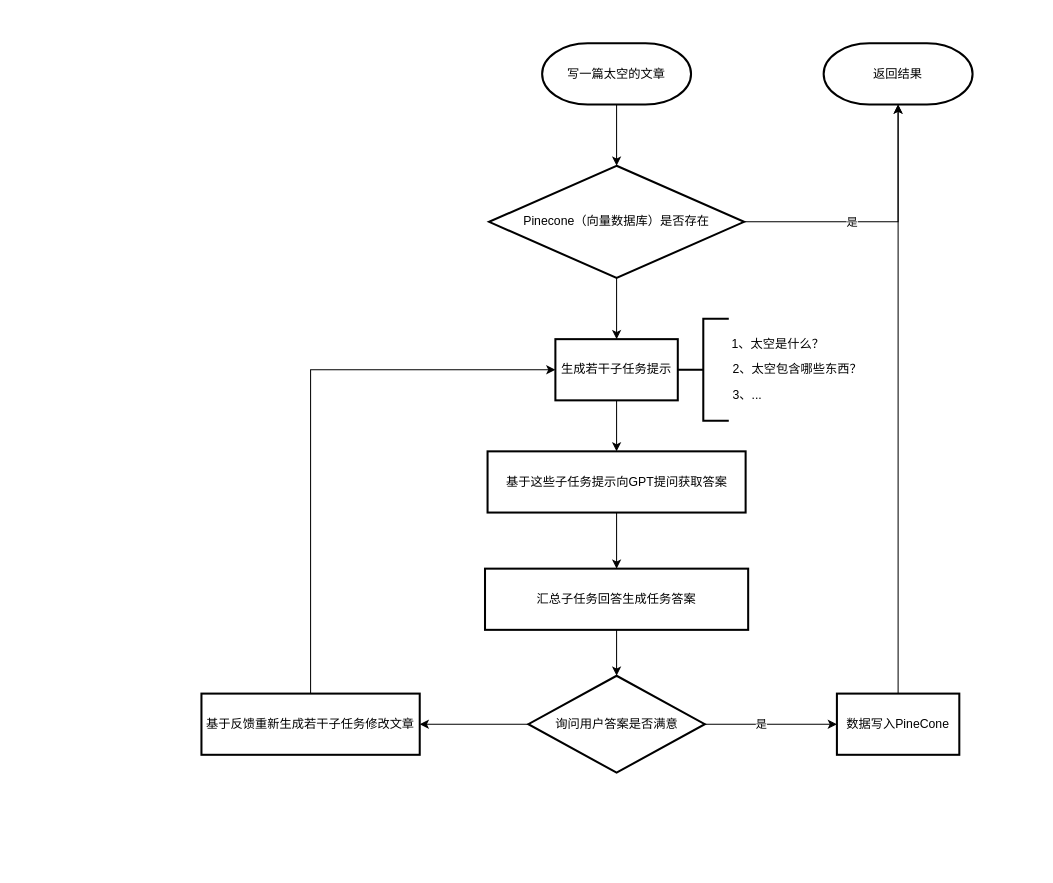
This is aigc/autogpt/AutoGPT.drawio from flowers-bloom/drawio, a draw.io file, before an edit. Source tidied: cells renumbered, new cells numbered last; positions are measured from the earlier drawing's top-left corner, leaving out a move shared by most shapes. Both pictures are drawn from the tidied source at 102%, with x=0, y=0 at pixel (201, 43).
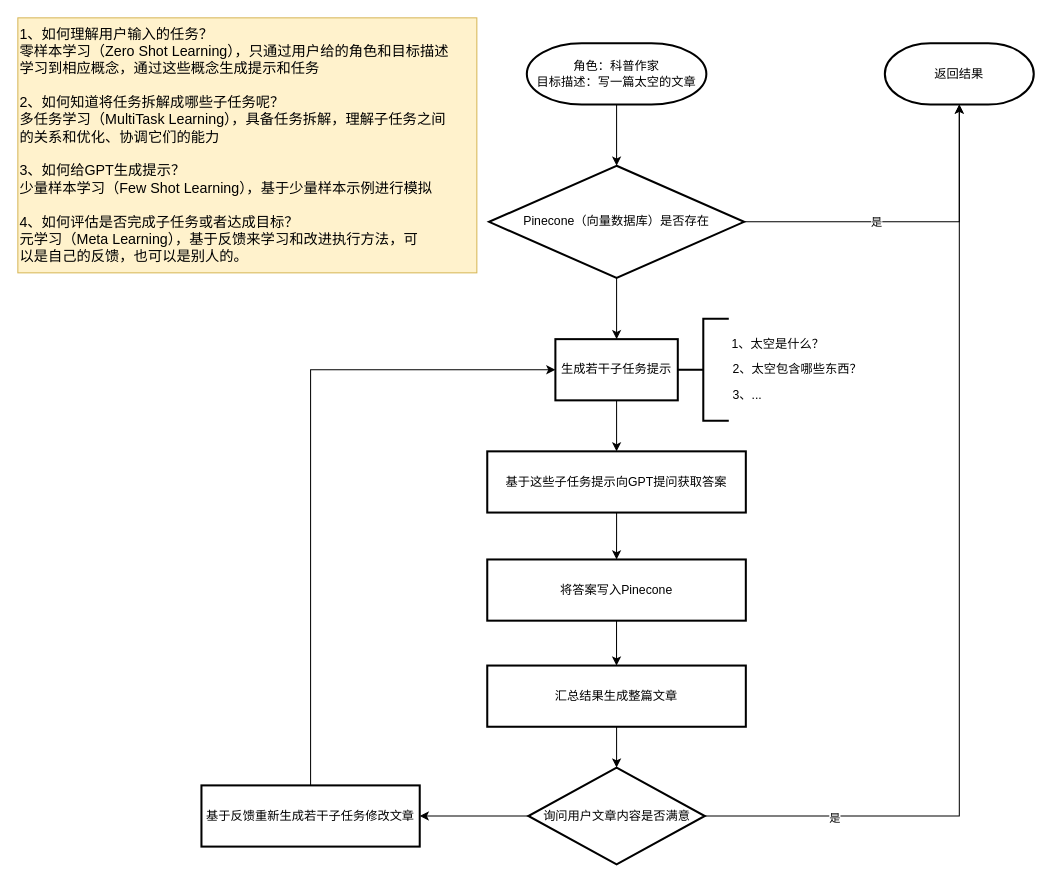
Above is the later version.

Change to the diagram source:
```diff
@@
-    <mxCell id="3" value="写一篇太空的文章" style="strokeWidth=2;html=1;shape=mxgraph.flowchart.terminator;whiteSpace=wrap;" parent="1" vertex="1">
-      <mxGeometry x="334" width="146" height="60" as="geometry" />
+    <mxCell id="3" value="角色：科普作家&lt;br&gt;目标描述：写一篇太空的文章" style="strokeWidth=2;html=1;shape=mxgraph.flowchart.terminator;whiteSpace=wrap;" parent="1" vertex="1">
+      <mxGeometry x="319" width="176" height="60" as="geometry" />
     </mxCell>
@@
     <mxCell id="8" value="返回结果" style="strokeWidth=2;html=1;shape=mxgraph.flowchart.terminator;whiteSpace=wrap;" parent="1" vertex="1">
-      <mxGeometry x="610" width="146" height="60" as="geometry" />
+      <mxGeometry x="670" width="146" height="60" as="geometry" />
     </mxCell>
@@
-    <mxCell id="15" style="edgeStyle=orthogonalEdgeStyle;rounded=0;jettySize=auto;html=1;" parent="1" edge="1" source="16" target="18">
-      <mxGeometry relative="1" as="geometry" />
-    </mxCell>
+    <mxCell id="27" style="edgeStyle=orthogonalEdgeStyle;rounded=0;jettySize=auto;html=1;entryX=0.5;entryY=0;entryDx=0;entryDy=0;" parent="1" edge="1" source="16" target="30">
+      <mxGeometry relative="1" as="geometry" />
+    </mxCell>
     <mxCell id="16" value="基于这些子任务提示向GPT提问获取答案" style="whiteSpace=wrap;html=1;strokeWidth=2;" parent="1" vertex="1">
-      <mxGeometry x="280.5" y="400" width="253" height="60" as="geometry" />
+      <mxGeometry x="280.2" y="400" width="253.5" height="60" as="geometry" />
     </mxCell>
-    <mxCell id="17" style="edgeStyle=orthogonalEdgeStyle;rounded=0;jettySize=auto;html=1;" parent="1" edge="1" source="18" target="22">
-      <mxGeometry relative="1" as="geometry" />
-    </mxCell>
-    <mxCell id="18" value="汇总子任务回答生成任务答案" style="whiteSpace=wrap;html=1;strokeWidth=2;" parent="1" vertex="1">
-      <mxGeometry x="278" y="515" width="258" height="60" as="geometry" />
-    </mxCell>
-    <mxCell id="19" style="edgeStyle=orthogonalEdgeStyle;rounded=0;jettySize=auto;html=1;" parent="1" edge="1" source="22" target="24">
+    <mxCell id="19" style="edgeStyle=orthogonalEdgeStyle;rounded=0;jettySize=auto;html=1;entryX=0.5;entryY=1;entryDx=0;entryDy=0;entryPerimeter=0;" parent="1" edge="1" source="22" target="8">
       <mxGeometry relative="1" as="geometry" />
     </mxCell>
     <mxCell id="20" value="是" style="edgeLabel;html=1;align=center;verticalAlign=middle;" parent="19" vertex="1">
       <mxGeometry x="-0.3" y="3" relative="1" as="geometry">
-        <mxPoint x="10" y="3" as="offset" />
+        <mxPoint x="-120" y="83" as="offset" />
       </mxGeometry>
     </mxCell>
@@
-    <mxCell id="22" value="询问用户答案是否满意" style="rhombus;whiteSpace=wrap;html=1;strokeWidth=2;" parent="1" vertex="1">
-      <mxGeometry x="320.5" y="620" width="173" height="95" as="geometry" />
+    <mxCell id="22" value="询问用户文章内容是否满意" style="rhombus;whiteSpace=wrap;html=1;strokeWidth=2;" parent="1" vertex="1">
+      <mxGeometry x="320.5" y="710" width="173" height="95" as="geometry" />
     </mxCell>
-    <mxCell id="23" style="edgeStyle=orthogonalEdgeStyle;rounded=0;jettySize=auto;html=1;" parent="1" edge="1" source="24" target="8">
-      <mxGeometry relative="1" as="geometry" />
-    </mxCell>
-    <mxCell id="24" value="数据写入PineCone" style="whiteSpace=wrap;html=1;strokeWidth=2;" parent="1" vertex="1">
-      <mxGeometry x="623" y="637.5" width="120" height="60" as="geometry" />
-    </mxCell>
@@
     <mxCell id="26" value="基于反馈重新生成若干子任务修改文章" style="whiteSpace=wrap;html=1;strokeWidth=2;" parent="1" vertex="1">
-      <mxGeometry y="637.5" width="214" height="60" as="geometry" />
+      <mxGeometry y="727.5" width="214" height="60" as="geometry" />
     </mxCell>
+    <mxCell id="28" value="&lt;font style=&quot;font-size: 14px;&quot;&gt;1、如何理解用户输入的任务？&lt;br style=&quot;border-color: var(--border-color);&quot;&gt;零样本学习（Zero Shot Learning），只通过用户给的角色和目标描述&lt;br&gt;学习到相应概念，通过这些概念生成提示和任务&lt;br&gt;&lt;br&gt;2、如何知道将任务拆解成哪些子任务呢？&lt;br&gt;多任务学习（MultiTask Learning），具备任务拆解，理解子任务之间&lt;br&gt;的关系和优化、协调它们的能力&lt;br&gt;&lt;br&gt;3、如何给GPT生成提示？&lt;br&gt;少量样本学习（Few Shot Learning），基于少量样本示例进行模拟&lt;br&gt;&lt;br&gt;4、如何评估是否完成子任务或者达成目标？&lt;br&gt;元学习（Meta Learning），基于反馈来学习和改进执行方法，可&lt;br&gt;以是自己的反馈，也可以是别人的。&lt;br&gt;&lt;/font&gt;" style="text;html=1;align=left;verticalAlign=middle;strokeColor=#d6b656;fillColor=#fff2cc;" parent="1" vertex="1">
+      <mxGeometry x="-180" y="-25" width="450" height="250" as="geometry" />
+    </mxCell>
+    <mxCell id="29" style="edgeStyle=orthogonalEdgeStyle;rounded=0;jettySize=auto;html=1;" parent="1" edge="1" source="30" target="32">
+      <mxGeometry relative="1" as="geometry" />
+    </mxCell>
+    <mxCell id="30" value="将答案写入Pinecone" style="whiteSpace=wrap;html=1;strokeWidth=2;" parent="1" vertex="1">
+      <mxGeometry x="280.2" y="506" width="253.5" height="60" as="geometry" />
+    </mxCell>
+    <mxCell id="31" style="edgeStyle=orthogonalEdgeStyle;rounded=0;jettySize=auto;html=1;entryX=0.5;entryY=0;entryDx=0;entryDy=0;" parent="1" edge="1" source="32" target="22">
+      <mxGeometry relative="1" as="geometry" />
+    </mxCell>
+    <mxCell id="32" value="汇总结果生成整篇文章" style="whiteSpace=wrap;html=1;strokeWidth=2;" parent="1" vertex="1">
+      <mxGeometry x="280.2" y="610" width="253.5" height="60" as="geometry" />
+    </mxCell>
```
